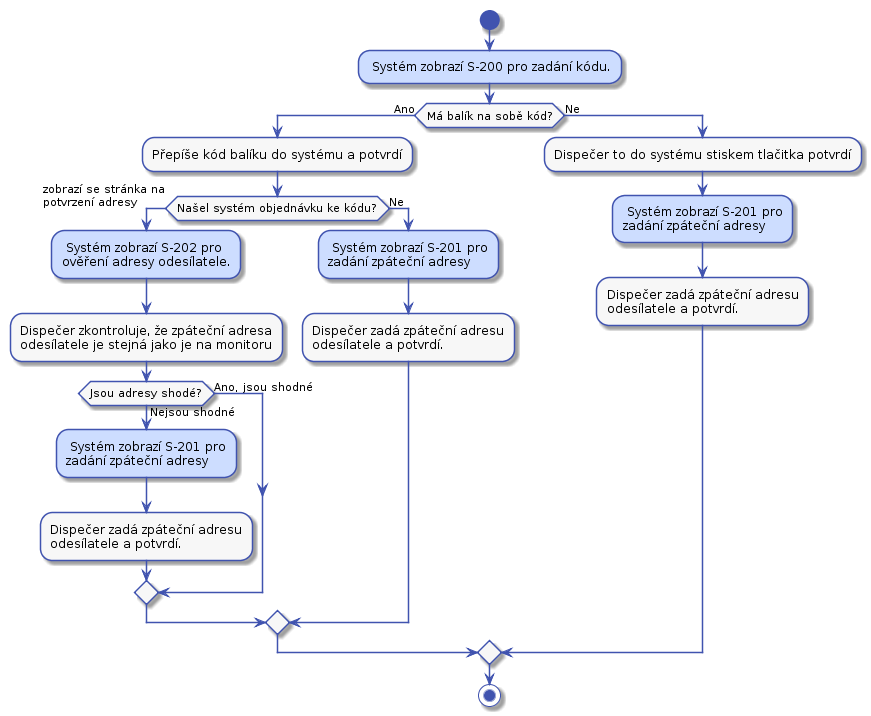
Before: docs/diagrams/out/uc-21-activity-2.png, a diagram exported from PlantUML (Internet-Handel/postman).
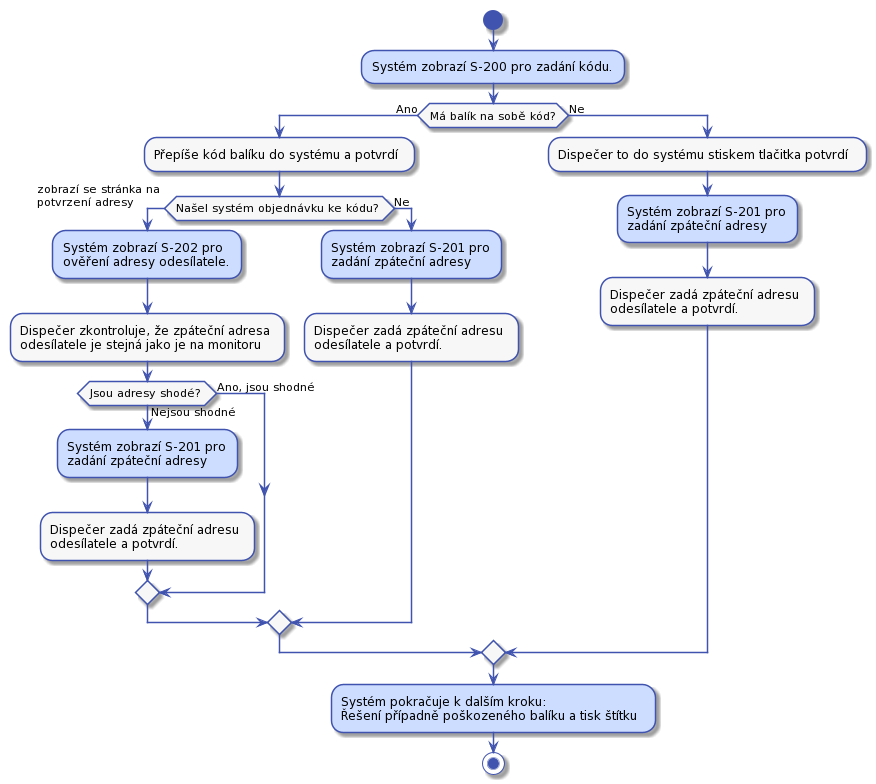
Above is the later version.

The edit, as a diff of the source:
```diff
@@ -56,35 +56,36 @@
 
 
 start
-#CDDDFF: Systém zobrazí S-200 pro zadání kódu.;
+#CDDDFF:Systém zobrazí S-200 pro zadání kódu.;
 if (Má balík na sobě kód?) then (Ano)
     :Přepíše kód balíku do systému a potvrdí;
     if (Našel systém objednávku ke kódu?) then (Ano)
         -> zobrazí se stránka na\npotvrzení adresy;
-        #CDDDFF: Systém zobrazí S-202 pro
+        #CDDDFF:Systém zobrazí S-202 pro
         ověření adresy odesílatele.;
         :Dispečer zkontroluje, že zpáteční adresa
         odesílatele je stejná jako je na monitoru;
         if (Jsou adresy shodé?) then (Ano, jsou shodné)
         else (Nejsou shodné)
-            #CDDDFF: Systém zobrazí S-201 pro
+            #CDDDFF:Systém zobrazí S-201 pro
             zadání zpáteční adresy ;
             :Dispečer zadá zpáteční adresu
             odesílatele a potvrdí.;
         endif
     else (Ne)
-        #CDDDFF: Systém zobrazí S-201 pro
+        #CDDDFF:Systém zobrazí S-201 pro
         zadání zpáteční adresy ;
         :Dispečer zadá zpáteční adresu
         odesílatele a potvrdí.;
     endif
 else (Ne)
     :Dispečer to do systému stiskem tlačitka potvrdí;
-    #CDDDFF: Systém zobrazí S-201 pro
+    #CDDDFF:Systém zobrazí S-201 pro
     zadání zpáteční adresy ;
     :Dispečer zadá zpáteční adresu
     odesílatele a potvrdí.;
 endif
-
+#CDDDFF:Systém pokračuje k dalším kroku:
+Řešení případně poškozeného balíku a tisk štítku;
 stop
 @enduml
```
